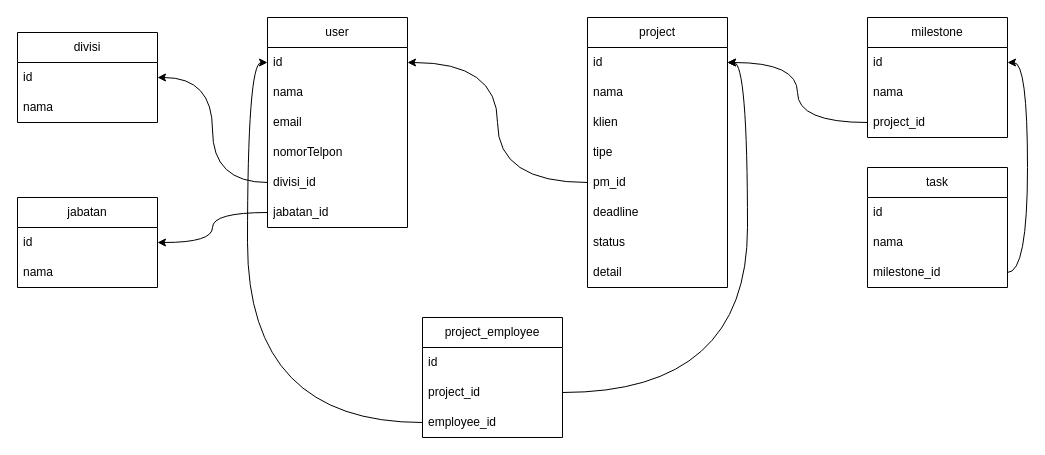
zabilsabri/NPE-Project-Management keeps this draw.io diagram as ERD.drawio. Above is the earlier version. Source tidied: cells renumbered, new cells numbered last; positions are measured from the earlier drawing's top-left corner, leaving out a move shared by most shapes. Both pictures are drawn from the tidied source at 100%, with x=0, y=0 at pixel (17, 17).
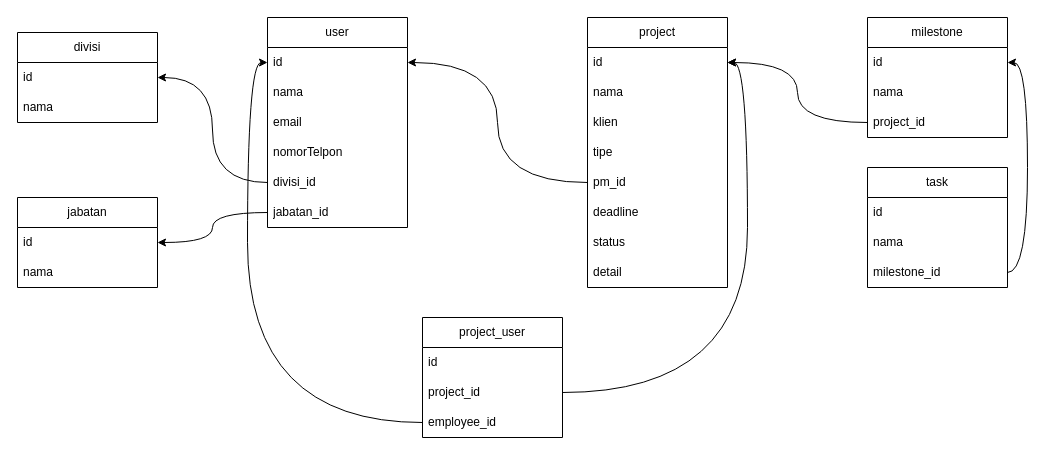
After the change.

The edit, as a diff of the source:
```diff
@@
-    <mxCell id="18" value="project_employee" style="swimlane;fontStyle=0;horizontal=1;startSize=30;whiteSpace=wrap;html=1;" parent="1" vertex="1">
+    <mxCell id="18" value="project_user" style="swimlane;fontStyle=0;horizontal=1;startSize=30;whiteSpace=wrap;html=1;" parent="1" vertex="1">
       <mxGeometry x="405" y="300" width="140" height="120" as="geometry" />
     </mxCell>
```
